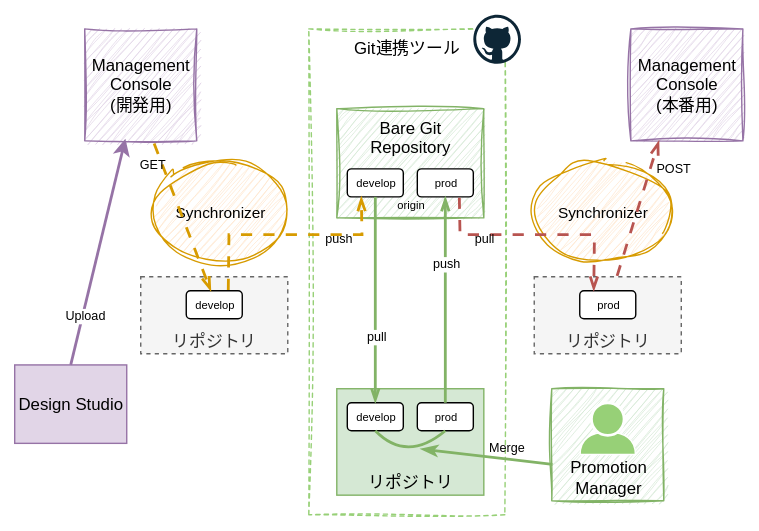
1010-junji/br-notes keeps this draw.io diagram as RobotLifecycleManagement/rlm.drawio.svg. Above is the earlier version. Source tidied: cells renumbered, new cells last; positions are measured from the earlier drawing's top-left corner, leaving out a move shared by most shapes.
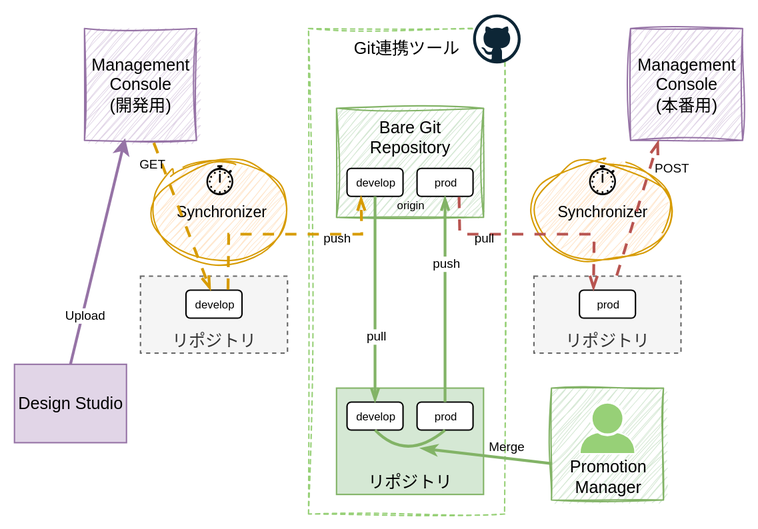
Above is the later version.

Commit message:
サイズ変更

Diff of the diagram source:
```diff
@@ -146,5 +146,11 @@
         </Array>
       </mxGeometry>
     </mxCell>
+    <mxCell id="40" value="⏱" style="text;whiteSpace=wrap;fontSize=29;align=center;verticalAlign=bottom;" parent="1" vertex="1">
+      <mxGeometry x="127.2" y="99" width="40" height="40" as="geometry" />
+    </mxCell>
+    <mxCell id="41" value="⏱" style="text;whiteSpace=wrap;fontSize=29;align=center;verticalAlign=bottom;" parent="1" vertex="1">
+      <mxGeometry x="399.8" y="99" width="40" height="40" as="geometry" />
+    </mxCell>
   </root>
 </mxGraphModel>
```
